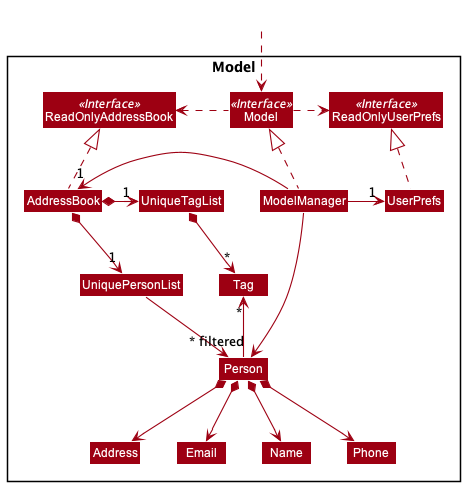
Above: docs/images/ModelClassDiagram.png in nus-cs2103-AY2122S1/tp (PlantUML), before the change.
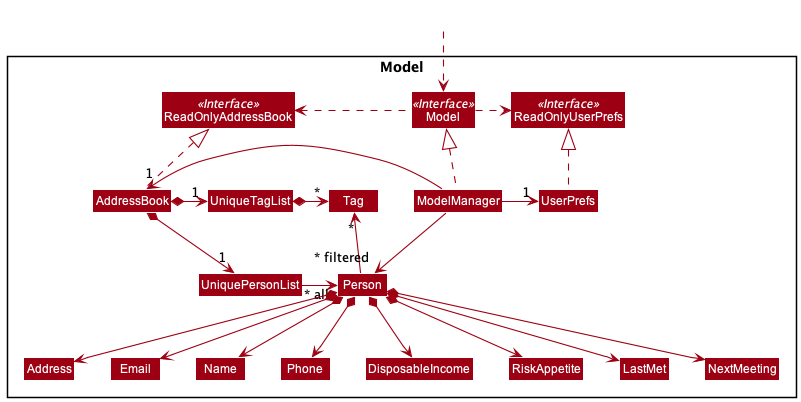
Above is the later version.

What changed in the source:
```diff
@@ -23,6 +23,10 @@
 Class Email
 Class Name
 Class Phone
+Class DisposableIncome
+Class RiskAppetite
+Class LastMet
+Class NextMeeting
 Class Tag
 
 }
@@ -39,13 +43,13 @@
 ModelManager -right-> "1" UserPrefs
 UserPrefs .up.|> ReadOnlyUserPrefs
 
+UniquePersonList ---right-> "~* all" Person
 AddressBook *-right-> "1" UniquePersonList
 AddressBook *-right-> "1" UniqueTagList
 UniqueTagList -[hidden]down- UniquePersonList
 UniqueTagList -[hidden]down- UniquePersonList
 
 UniqueTagList *-right-> "*" Tag
-UniquePersonList -down-> Person
 
 Person -up-> "*" Tag
 
@@ -53,6 +57,10 @@
 Person *--> Phone
 Person *--> Email
 Person *--> Address
+Person *--> DisposableIncome
+Person *--> RiskAppetite
+Person *--> LastMet
+Person *--> NextMeeting
 
-ModelManager -->"~* filtered" Person
+ModelManager -down-> "~* filtered" Person
 @enduml
```
